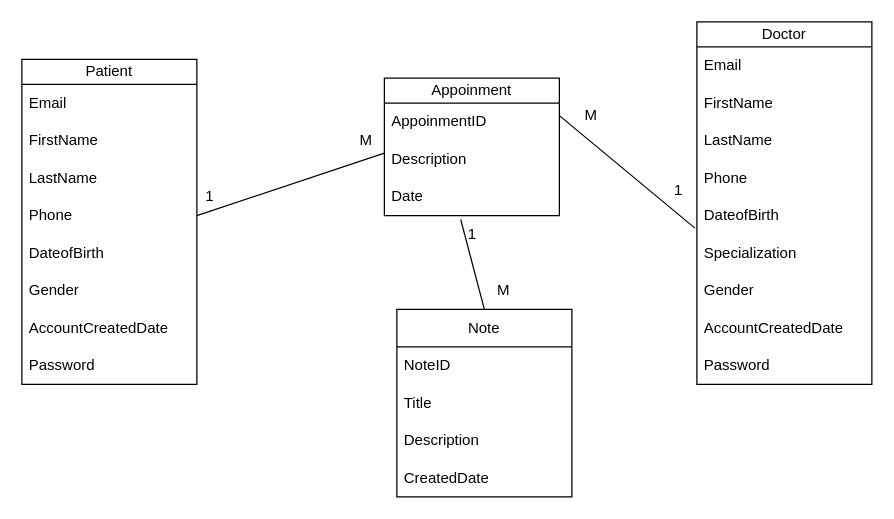
The draw.io diagram designs/Database.drawio in isumhansana/doctor-channel-system, before the edit. Source tidied: cells renumbered, new cells numbered last; positions are measured from the earlier drawing's top-left corner, leaving out a move shared by most shapes. Both pictures are drawn from the tidied source at 125%, with x=0, y=0 at pixel (21, 21).
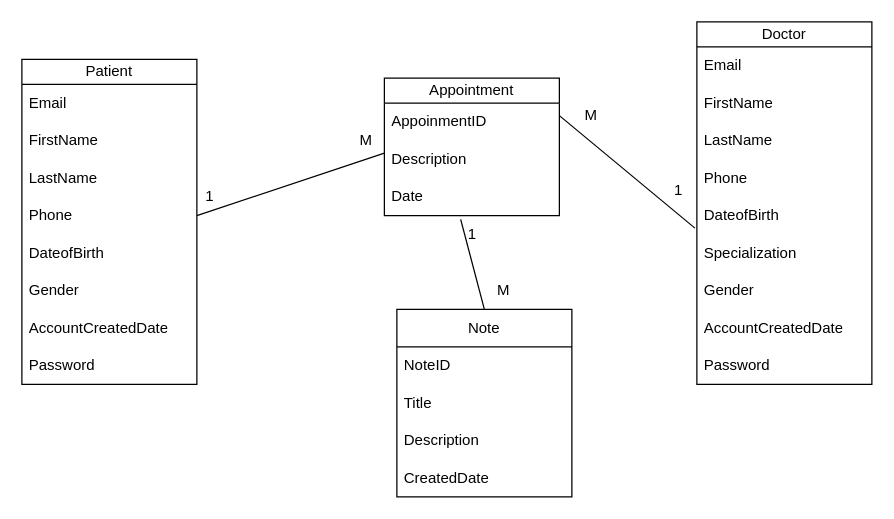
Above is the later version.

Change to the diagram source:
```diff
@@
-    <mxCell id="29" value="Appoinment" style="swimlane;fontStyle=0;horizontal=1;startSize=20;whiteSpace=wrap;html=1;" parent="1" vertex="1">
+    <mxCell id="29" value="Appointment" style="swimlane;fontStyle=0;horizontal=1;startSize=20;whiteSpace=wrap;html=1;" parent="1" vertex="1">
       <mxGeometry x="290" y="45" width="140" height="110" as="geometry" />
     </mxCell>
```
